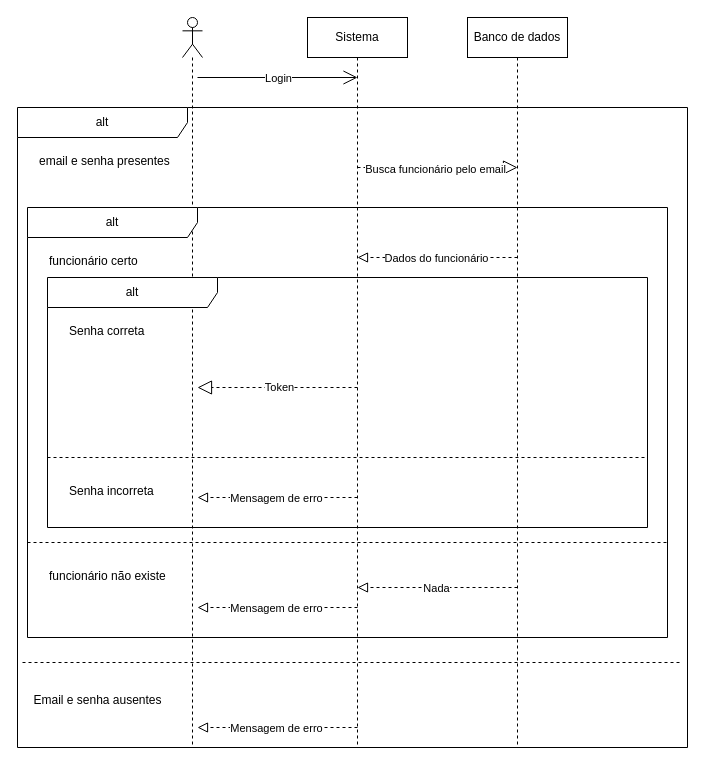
eenzofelipe67527-star/forja-gestao-escolar keeps this draw.io diagram as page "Login" (1 of 14) of diagramas/sequências/sequencias.drawio. Above is the earlier version. Source tidied: cells renumbered, new cells numbered last; positions are measured from the earlier drawing's top-left corner, leaving out a move shared by most shapes. Both pictures are drawn from the tidied source at 100%, with x=0, y=0 at pixel (17, 17).
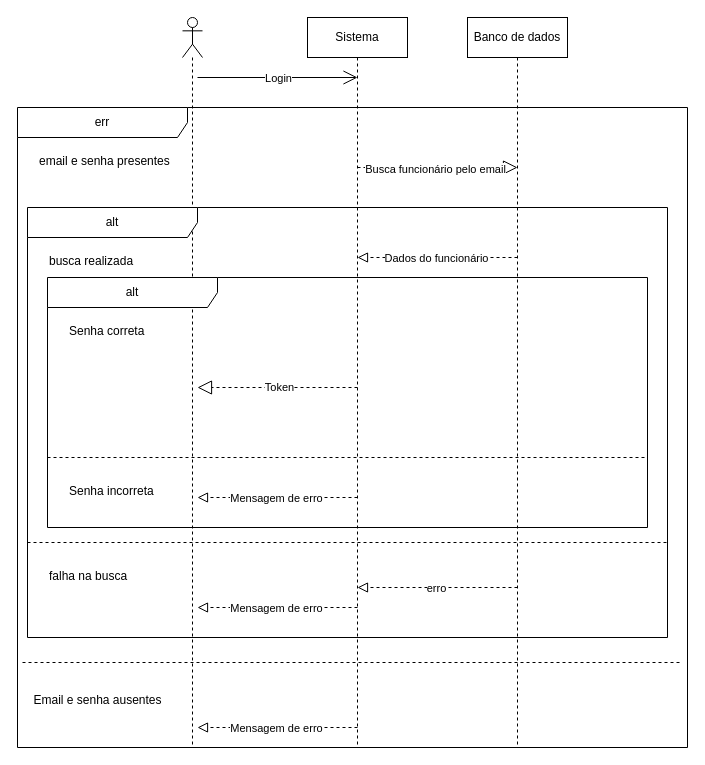
Above is the later version.

Unchanged cells that the change refers to:
```xml
<mxCell id="12" value="alt" style="shape=umlFrame;whiteSpace=wrap;html=1;width=170;" parent="5" vertex="1">
  <mxGeometry x="10" y="100" width="640" height="430" as="geometry" />
</mxCell>
<mxCell id="15" style="endArrow=block;startArrow=none;endFill=0;startFill=0;endSize=8;html=1;verticalAlign=bottom;dashed=1;labelBackgroundColor=none;" parent="12" edge="1">
  <mxGeometry relative="1" as="geometry">
    <mxPoint x="490" y="380" as="sourcePoint" />
    <mxPoint x="330" y="380" as="targetPoint" />
  </mxGeometry>
</mxCell>
```

What changed in the source:
```diff
@@
-    <mxCell id="5" value="alt" style="shape=umlFrame;whiteSpace=wrap;html=1;width=170;" parent="1" vertex="1">
+    <mxCell id="5" value="err" style="shape=umlFrame;whiteSpace=wrap;html=1;width=170;" parent="1" vertex="1">
       <mxGeometry y="90" width="670" height="640" as="geometry" />
     </mxCell>
@@
-    <mxCell id="13" value="funcionário certo" style="text;html=1;" parent="12" vertex="1">
+    <mxCell id="13" value="busca realizada" style="text;html=1;" parent="12" vertex="1">
       <mxGeometry width="100" height="20" relative="1" as="geometry">
         <mxPoint x="20" y="40" as="offset" />
       </mxGeometry>
     </mxCell>
-    <mxCell id="14" value="funcionário não existe" style="line;strokeWidth=1;dashed=1;labelPosition=center;verticalLabelPosition=bottom;align=left;verticalAlign=top;spacingLeft=20;spacingTop=15;html=1;whiteSpace=wrap;" parent="12" vertex="1">
+    <mxCell id="14" value="falha na busca" style="line;strokeWidth=1;dashed=1;labelPosition=center;verticalLabelPosition=bottom;align=left;verticalAlign=top;spacingLeft=20;spacingTop=15;html=1;whiteSpace=wrap;" parent="12" vertex="1">
       <mxGeometry y="330" width="640" height="10" as="geometry" />
     </mxCell>
@@
-    <mxCell id="16" value="Nada" style="edgeLabel;html=1;align=center;verticalAlign=middle;" parent="15" vertex="1">
+    <mxCell id="16" value="erro" style="edgeLabel;html=1;align=center;verticalAlign=middle;" parent="15" vertex="1">
       <mxGeometry x="0.03" relative="1" as="geometry" />
     </mxCell>
```
